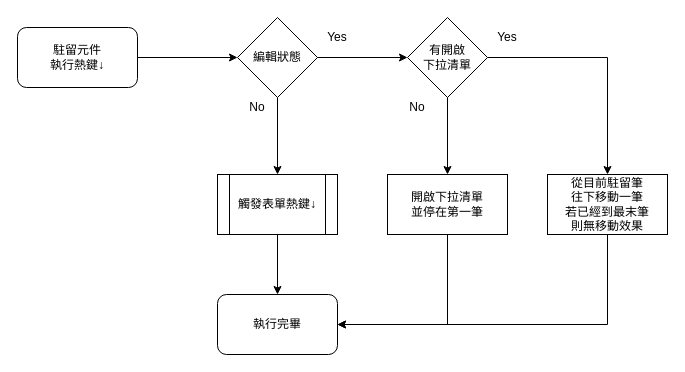
Earlier version of the draw.io diagram page "熱鍵↓" (10 of 14) of 8.10.0/RTE/SYSTEM/FORM/ctrl_dropListMultiCombo/diagram/不可輸入下拉複選元件.drawio (ArcareRD/sadocs). Source tidied: cells renumbered, new cells numbered last; positions are measured from the earlier drawing's top-left corner, leaving out a move shared by most shapes. Both pictures are drawn from the tidied source at 100%, with x=0, y=0 at pixel (17, 17).
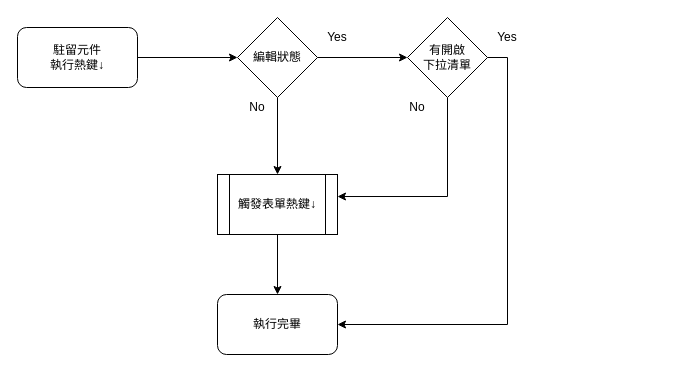
After the change.

The change refers to these unchanged cells:
```xml
<mxCell id="9" value="有開啟&lt;br&gt;下拉清單" style="rhombus;whiteSpace=wrap;html=1;" parent="1" vertex="1">
  <mxGeometry x="390" width="80" height="80" as="geometry" />
</mxCell>
<mxCell id="12" value="執行完畢" style="rounded=1;whiteSpace=wrap;html=1;" parent="1" vertex="1">
  <mxGeometry x="200" y="277" width="120" height="60" as="geometry" />
</mxCell>
<mxCell id="14" value="觸發表單熱鍵↓" style="shape=process;whiteSpace=wrap;html=1;backgroundOutline=1;" parent="1" vertex="1">
  <mxGeometry x="200" y="157" width="120" height="60" as="geometry" />
</mxCell>
```

The edit, as a diff of the source:
```diff
@@
-    <mxCell id="7" style="edgeStyle=orthogonalEdgeStyle;rounded=0;jettySize=auto;html=1;exitX=1;exitY=0.5;exitDx=0;exitDy=0;" parent="1" edge="1" source="9" target="11">
+    <mxCell id="7" style="edgeStyle=orthogonalEdgeStyle;rounded=0;jettySize=auto;html=1;exitX=1;exitY=0.5;exitDx=0;exitDy=0;entryX=1;entryY=0.5;entryDx=0;entryDy=0;" parent="1" edge="1" source="9" target="12">
       <mxGeometry relative="1" as="geometry" />
     </mxCell>
-    <mxCell id="8" style="edgeStyle=orthogonalEdgeStyle;rounded=0;jettySize=auto;html=1;" parent="1" edge="1" source="9" target="20">
+    <mxCell id="8" style="edgeStyle=orthogonalEdgeStyle;rounded=0;jettySize=auto;html=1;entryX=1;entryY=0.367;entryDx=0;entryDy=0;entryPerimeter=0;exitX=0.5;exitY=1;exitDx=0;exitDy=0;" parent="1" edge="1" source="9" target="14">
       <mxGeometry relative="1" as="geometry" />
     </mxCell>
@@
-    <mxCell id="10" style="edgeStyle=orthogonalEdgeStyle;rounded=0;jettySize=auto;html=1;entryX=1;entryY=0.5;entryDx=0;entryDy=0;exitX=0.5;exitY=1;exitDx=0;exitDy=0;" parent="1" edge="1" source="11" target="12">
-      <mxGeometry relative="1" as="geometry" />
-    </mxCell>
-    <mxCell id="11" value="從目前駐留筆&lt;br&gt;往下移動一筆&lt;br&gt;若已經到最末筆&lt;br&gt;則無移動效果" style="whiteSpace=wrap;html=1;" parent="1" vertex="1">
-      <mxGeometry x="530" y="157" width="120" height="60" as="geometry" />
-    </mxCell>
@@
-    <mxCell id="19" style="edgeStyle=orthogonalEdgeStyle;rounded=0;jettySize=auto;html=1;entryX=1;entryY=0.5;entryDx=0;entryDy=0;exitX=0.5;exitY=1;exitDx=0;exitDy=0;" parent="1" edge="1" source="20" target="12">
-      <mxGeometry relative="1" as="geometry" />
-    </mxCell>
-    <mxCell id="20" value="開啟下拉清單&lt;br&gt;並停在第一筆" style="whiteSpace=wrap;html=1;" parent="1" vertex="1">
-      <mxGeometry x="370" y="157" width="120" height="60" as="geometry" />
-    </mxCell>
```
